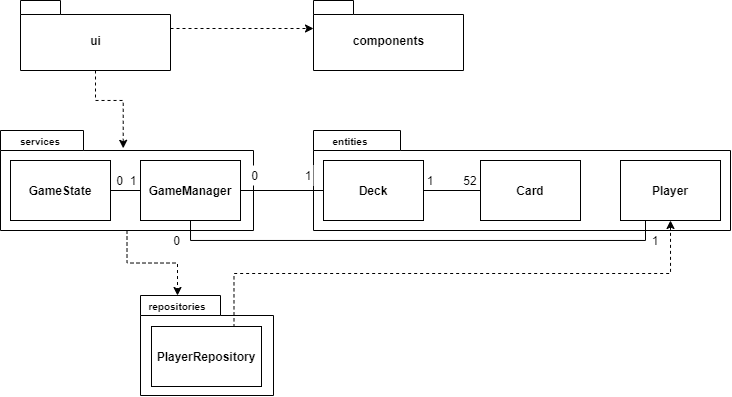
Before: dokumentaatio/kuvat/pakkauskaavio.png, a diagram exported from draw.io (k0psutin/ohte-2020). Source tidied: cells renumbered, new cells last; positions are measured from the earlier drawing's top-left corner, leaving out a move shared by most shapes.
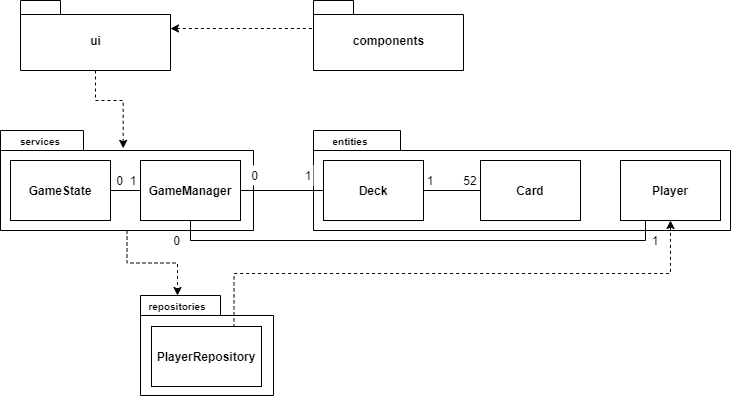
The same file after the commit.

Change to the diagram source:
```diff
@@ -2,7 +2,7 @@
   <root>
     <mxCell id="0" />
     <mxCell id="1" parent="0" />
-    <mxCell id="2" style="edgeStyle=orthogonalEdgeStyle;rounded=0;jettySize=auto;html=1;exitX=0;exitY=0;exitDx=150;exitDy=28;exitPerimeter=0;entryX=0;entryY=0;entryDx=0;entryDy=28;entryPerimeter=0;dashed=1;" parent="1" edge="1" source="4" target="5">
+    <mxCell id="2" style="edgeStyle=orthogonalEdgeStyle;rounded=0;jettySize=auto;html=1;exitX=0;exitY=0;exitDx=150;exitDy=28;exitPerimeter=0;entryX=0;entryY=0;entryDx=0;entryDy=28;entryPerimeter=0;dashed=1;startArrow=classic;startFill=1;endArrow=none;endFill=0;" parent="1" edge="1" source="4" target="5">
       <mxGeometry relative="1" as="geometry" />
     </mxCell>
     <mxCell id="3" style="edgeStyle=orthogonalEdgeStyle;rounded=0;jettySize=auto;html=1;exitX=0.5;exitY=1;exitDx=0;exitDy=0;exitPerimeter=0;entryX=0.485;entryY=0.178;entryDx=0;entryDy=0;dashed=1;endArrow=classic;endFill=1;entryPerimeter=0;" parent="1" edge="1" source="4" target="7">
```
